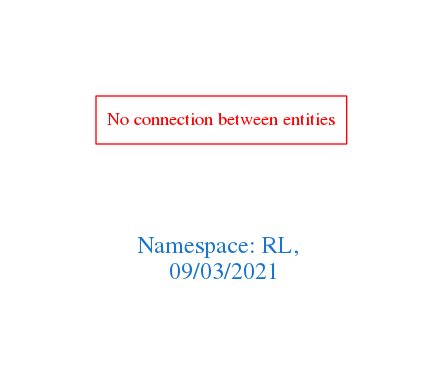
Earlier version of the Graphviz export downloads/RL.png (arago/OGIT). Its source is kept beside it as downloads/RL.dot.
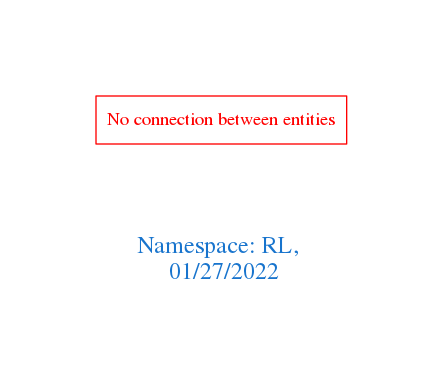
After the commit.

What changed in the source:
```diff
@@ -1,7 +1,7 @@
 digraph OGIT_ontology {
  graph [ rankdir= LR,pad=1
 fontsize = 18,
-fontcolor= dodgerblue3,label = "\n\n\nNamespace: RL, \n 09/03/2021"];
+fontcolor= dodgerblue3,label = "\n\n\nNamespace: RL, \n 01/27/2022"];
 node[shape=polygon];
 edge [  color="gray81"];
 
```
